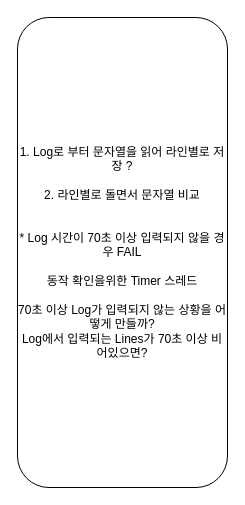
Garam92kim/programmers keeps this draw.io diagram as programmers/pratice/AutomationforWCBS.drawio. Above is the earlier version. Source tidied: cells renumbered, new cells numbered last; positions are measured from the earlier drawing's top-left corner, leaving out a move shared by most shapes. Both pictures are drawn from the tidied source at 100%, with x=0, y=0 at pixel (17, 17).
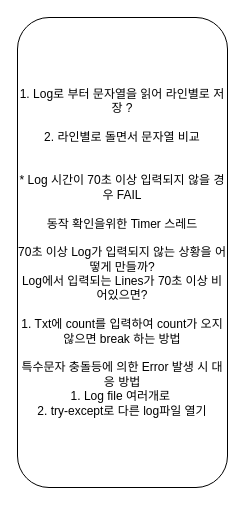
Above is the later version.

Diff of the diagram source:
```diff
@@
 <mxGraphModel>
   <root>
     <mxCell id="0" />
     <mxCell id="1" parent="0" />
-    <mxCell id="2" value="1. Log로 부터 문자열을 읽어 라인별로 저장 ?&lt;br&gt;&lt;br&gt;2. 라인별로 돌면서 문자열 비교&lt;br&gt;&lt;br&gt;&lt;br&gt;* Log 시간이 70초 이상 입력되지 않을 경우 FAIL&lt;br&gt;&lt;br&gt;동작 확인을위한 Timer 스레드&lt;br&gt;&lt;br&gt;70초 이상 Log가 입력되지 않는 상황을 어떻게 만들까?&lt;br&gt;Log에서 입력되는 Lines가 70초 이상 비어있으면?" style="rounded=1;whiteSpace=wrap;html=1;fontSize=12;glass=0;strokeWidth=1;shadow=0;" parent="1" vertex="1">
+    <mxCell id="2" value="1. Log로 부터 문자열을 읽어 라인별로 저장 ?&lt;br&gt;&lt;br&gt;2. 라인별로 돌면서 문자열 비교&lt;br&gt;&lt;br&gt;&lt;br&gt;* Log 시간이 70초 이상 입력되지 않을 경우 FAIL&lt;br&gt;&lt;br&gt;동작 확인을위한 Timer 스레드&lt;br&gt;&lt;br&gt;70초 이상 Log가 입력되지 않는 상황을 어떻게 만들까?&lt;br&gt;Log에서 입력되는 Lines가 70초 이상 비어있으면?&lt;br&gt;&lt;br&gt;1. Txt에 count를 입력하여 count가 오지 않으면 break 하는 방법&lt;br&gt;&lt;br&gt;특수문자 충돌등에 의한 Error 발생 시 대응 방법&lt;br&gt;1. Log file 여러개로&amp;nbsp;&lt;br&gt;2. try-except로 다른 log파일 열기" style="rounded=1;whiteSpace=wrap;html=1;fontSize=12;glass=0;strokeWidth=1;shadow=0;" parent="1" vertex="1">
       <mxGeometry width="210" height="470" as="geometry" />
     </mxCell>
   </root>
 </mxGraphModel>
```
